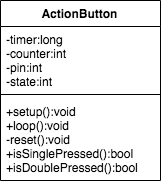
This is doc/classes/ActionButtonClass.png from LucasCoraca/M365-Unlocked, a draw.io export, as it was before one commit. Source tidied: cells renumbered, new cells last; positions are measured from the earlier drawing's top-left corner, leaving out a move shared by most shapes.
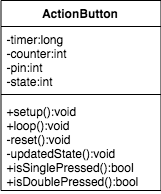
Later version of the same file.

Change to the diagram source:
```diff
@@ -3,7 +3,7 @@
     <mxCell id="0" />
     <mxCell id="1" parent="0" />
     <mxCell id="2" value="ActionButton" style="swimlane;fontStyle=1;align=center;verticalAlign=top;horizontal=1;startSize=26;" parent="1" vertex="1">
-      <mxGeometry width="160" height="180" as="geometry" />
+      <mxGeometry width="160" height="190" as="geometry" />
     </mxCell>
     <mxCell id="3" value="-timer:long&#10;-counter:int&#10;-pin:int&#10;-state:int&#10;" style="text;strokeColor=none;fillColor=none;align=left;verticalAlign=top;spacingLeft=4;spacingRight=4;overflow=hidden;" parent="2" vertex="1">
       <mxGeometry y="26" width="160" height="64" as="geometry" />
@@ -11,8 +11,8 @@
     <mxCell id="4" style="line;strokeWidth=1;fillColor=none;align=left;verticalAlign=middle;spacingTop=-1;spacingLeft=3;spacingRight=3;labelPosition=right;" parent="2" vertex="1">
       <mxGeometry y="90" width="160" height="8" as="geometry" />
     </mxCell>
-    <mxCell id="5" value="+setup():void&#10;+loop():void&#10;-reset():void&#10;+isSinglePressed():bool&#10;+isDoublePressed():bool&#10;" style="text;strokeColor=none;fillColor=none;align=left;verticalAlign=top;spacingLeft=4;spacingRight=4;overflow=hidden;" parent="2" vertex="1">
-      <mxGeometry y="98" width="160" height="82" as="geometry" />
+    <mxCell id="5" value="+setup():void&#10;+loop():void&#10;-reset():void&#10;-updatedState():void&#10;+isSinglePressed():bool&#10;+isDoublePressed():bool&#10;" style="text;strokeColor=none;fillColor=none;align=left;verticalAlign=top;spacingLeft=4;spacingRight=4;overflow=hidden;" parent="2" vertex="1">
+      <mxGeometry y="98" width="160" height="92" as="geometry" />
     </mxCell>
   </root>
 </mxGraphModel>
```
